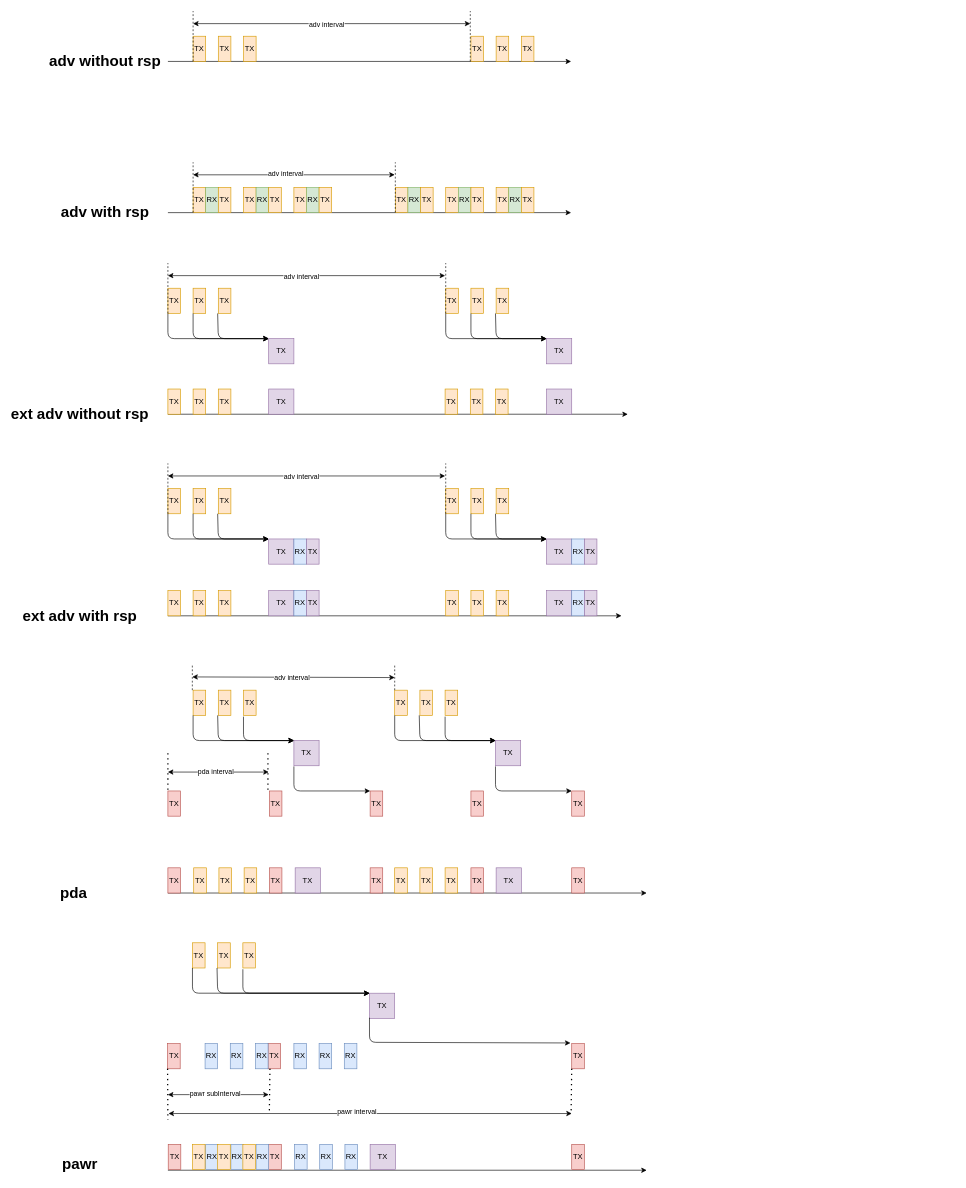
Above: system/ble/controller/ll/module/adv/adv.drawio in Coy681/tx_ble (draw.io), before the change. Source tidied: cells renumbered, new cells numbered last; positions are measured from the earlier drawing's top-left corner, leaving out a move shared by most shapes. Both pictures are drawn from the tidied source at 63%, with x=0, y=0 at pixel (42, 11).
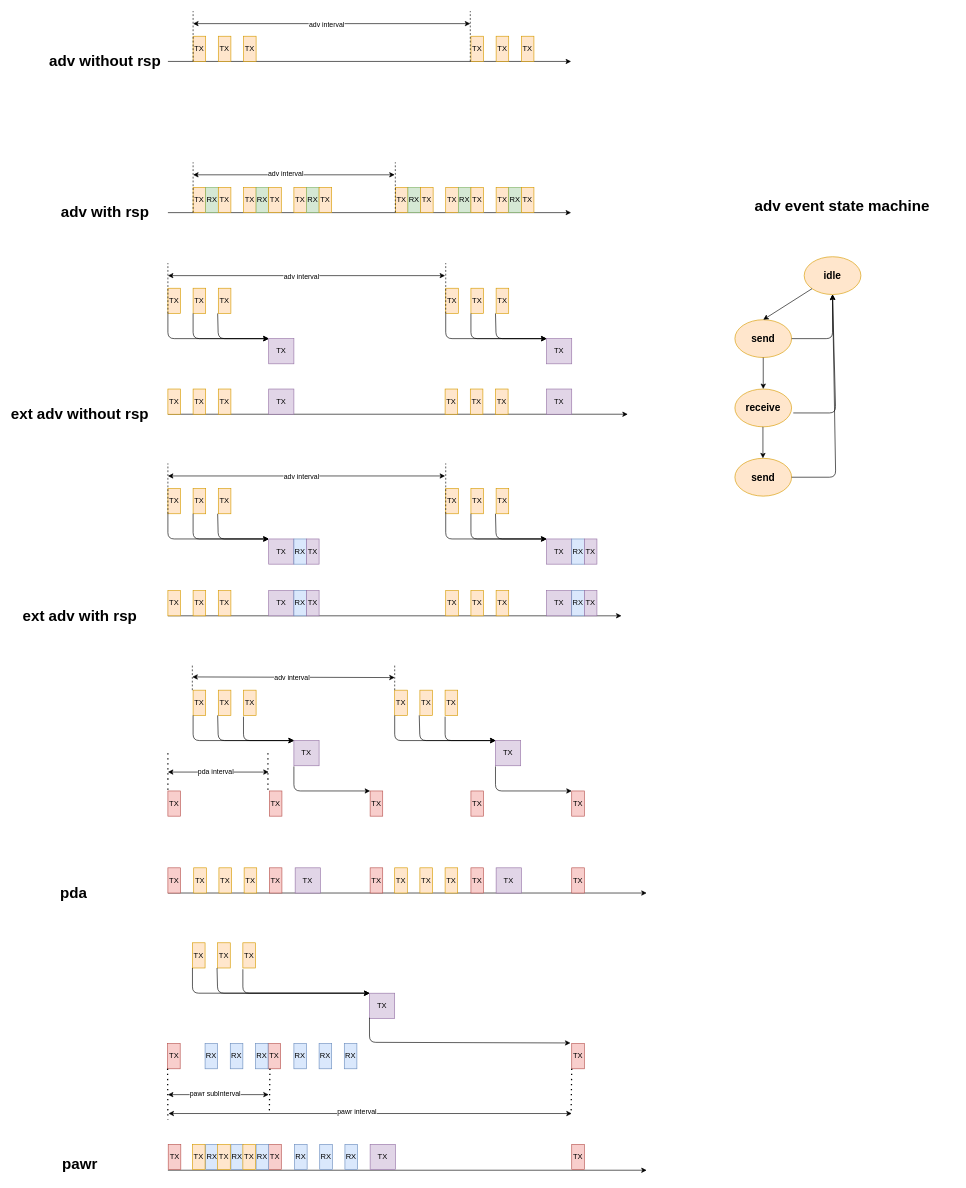
After the change.

What changed in the source:
```diff
@@
+    <mxCell id="185" value="idle" style="ellipse;whiteSpace=wrap;html=1;fillColor=#ffe6cc;strokeColor=#d79b00;fontStyle=1;fontSize=16;" parent="1" vertex="1">
+      <mxGeometry x="1210" y="390" width="90" height="60" as="geometry" />
+    </mxCell>
+    <mxCell id="186" value="adv event state machine" style="text;strokeColor=none;fillColor=none;html=1;fontSize=24;fontStyle=1;verticalAlign=middle;align=center;" parent="1" vertex="1">
+      <mxGeometry x="1090" y="290" width="360" height="40" as="geometry" />
+    </mxCell>
+    <mxCell id="187" value="send" style="ellipse;whiteSpace=wrap;html=1;fillColor=#ffe6cc;strokeColor=#d79b00;fontStyle=1;fontSize=16;" parent="1" vertex="1">
+      <mxGeometry x="1100" y="490" width="90" height="60" as="geometry" />
+    </mxCell>
+    <mxCell id="188" value="receive" style="ellipse;whiteSpace=wrap;html=1;fillColor=#ffe6cc;strokeColor=#d79b00;fontStyle=1;fontSize=16;" parent="1" vertex="1">
+      <mxGeometry x="1100" y="600" width="90" height="60" as="geometry" />
+    </mxCell>
+    <mxCell id="189" value="send" style="ellipse;whiteSpace=wrap;html=1;fillColor=#ffe6cc;strokeColor=#d79b00;fontStyle=1;fontSize=16;" parent="1" vertex="1">
+      <mxGeometry x="1100" y="710" width="90" height="60" as="geometry" />
+    </mxCell>
+    <mxCell id="190" style="endArrow=classic;html=1;entryX=0.5;entryY=0;entryDx=0;entryDy=0;" parent="1" edge="1" source="185" target="187">
+      <mxGeometry relative="1" as="geometry" />
+    </mxCell>
+    <mxCell id="191" style="endArrow=classic;html=1;entryX=0.5;entryY=0;entryDx=0;entryDy=0;exitX=0.5;exitY=1;exitDx=0;exitDy=0;" parent="1" edge="1" source="187" target="188">
+      <mxGeometry relative="1" as="geometry" />
+    </mxCell>
+    <mxCell id="192" style="endArrow=classic;html=1;entryX=0.5;entryY=0;entryDx=0;entryDy=0;exitX=0.5;exitY=1;exitDx=0;exitDy=0;" parent="1" edge="1">
+      <mxGeometry relative="1" as="geometry">
+        <mxPoint x="1144.5" y="660" as="sourcePoint" />
+        <mxPoint x="1144.5" y="710" as="targetPoint" />
+      </mxGeometry>
+    </mxCell>
+    <mxCell id="193" style="endArrow=classic;html=1;entryX=0.5;entryY=1;entryDx=0;entryDy=0;" parent="1" edge="1" source="189" target="185">
+      <mxGeometry relative="1" as="geometry">
+        <Array as="points">
+          <mxPoint x="1260" y="740" />
+        </Array>
+      </mxGeometry>
+    </mxCell>
+    <mxCell id="194" style="endArrow=classic;html=1;exitX=1;exitY=0.5;exitDx=0;exitDy=0;entryX=0.5;entryY=1;entryDx=0;entryDy=0;" parent="1" edge="1" source="187" target="185">
+      <mxGeometry relative="1" as="geometry">
+        <Array as="points">
+          <mxPoint x="1255" y="520" />
+        </Array>
+      </mxGeometry>
+    </mxCell>
+    <mxCell id="195" style="endArrow=classic;html=1;entryX=0.5;entryY=1;entryDx=0;entryDy=0;exitX=1.03;exitY=0.633;exitDx=0;exitDy=0;exitPerimeter=0;" parent="1" edge="1" source="188" target="185">
+      <mxGeometry relative="1" as="geometry">
+        <Array as="points">
+          <mxPoint x="1260" y="638" />
+        </Array>
+      </mxGeometry>
+    </mxCell>
```
